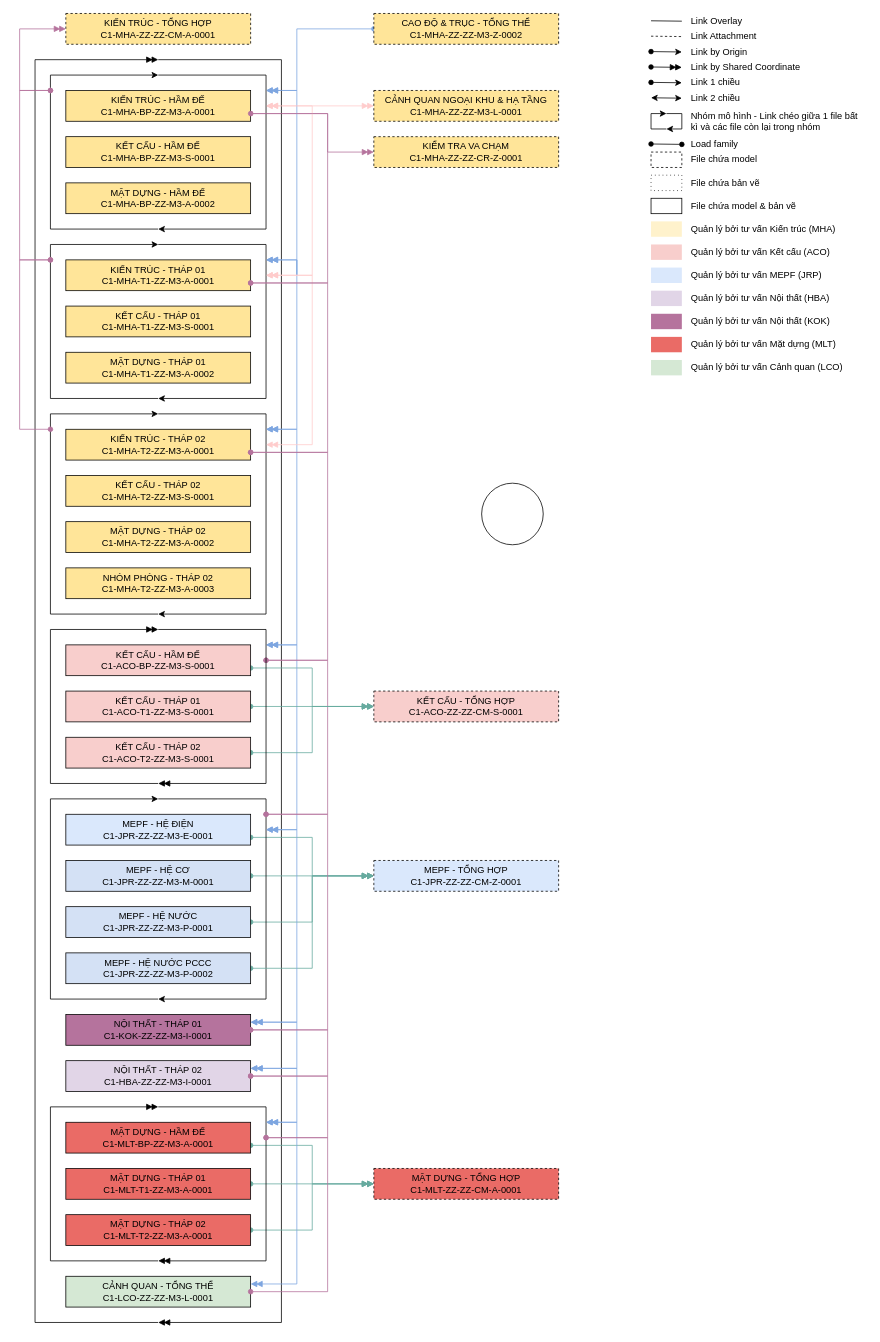
The draw.io diagram C1_Federated Model Diagram.drawio in Trinity248/DrawIO, before the edit. Source tidied: cells renumbered, new cells numbered last; positions are measured from the earlier drawing's top-left corner, leaving out a move shared by most shapes. Both pictures are drawn from the tidied source at 77%, with x=0, y=0 at pixel (19, 13).
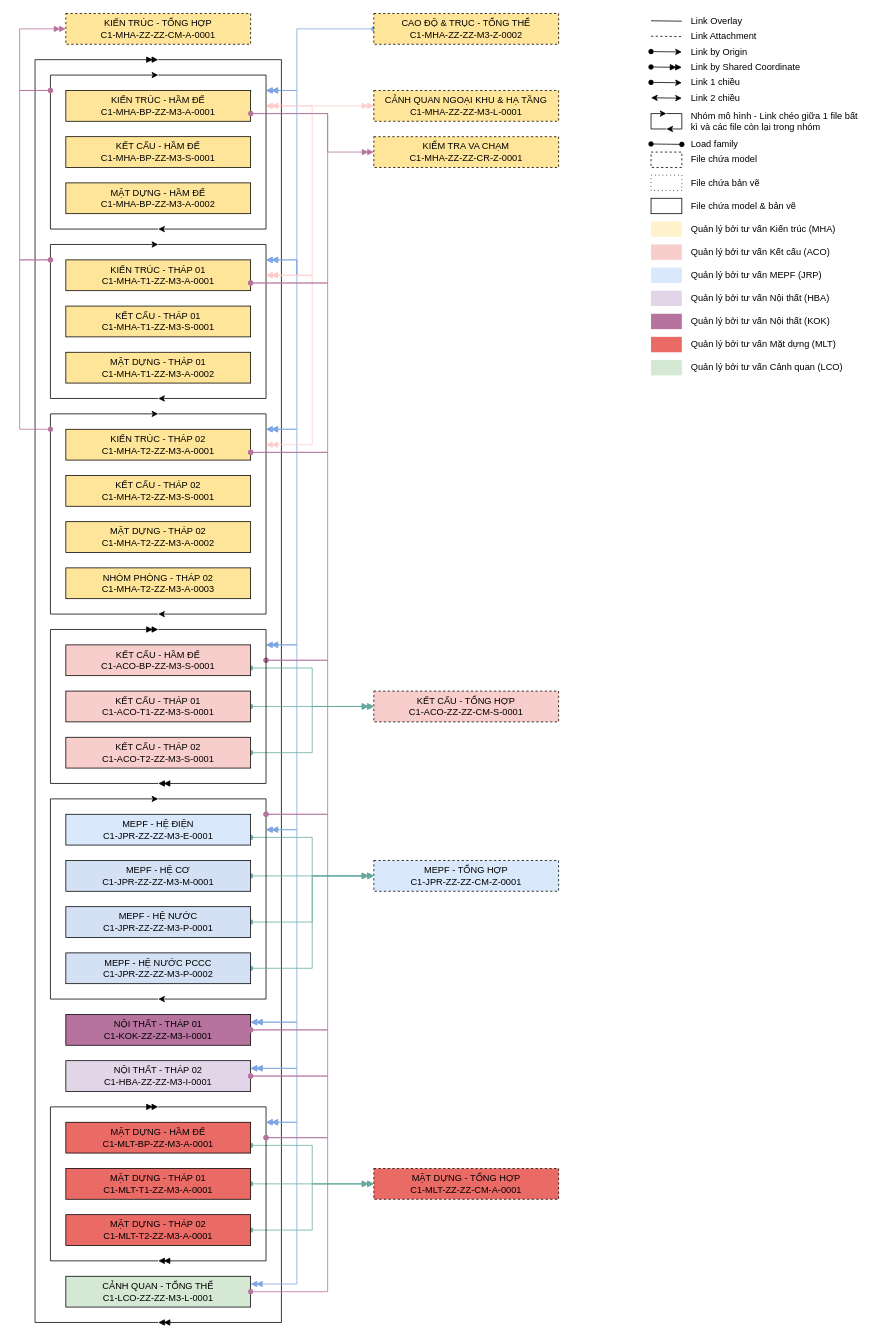
The same diagram, later.

Commit message:
Cập nhật C1_Federated Model Diagram.drawio

Diff of the diagram source:
```diff
@@
-    <mxCell id="117" style="ellipse;whiteSpace=wrap;html=1;" parent="1" vertex="1">
-      <mxGeometry x="600" y="610" width="80" height="80" as="geometry" />
-    </mxCell>
```
